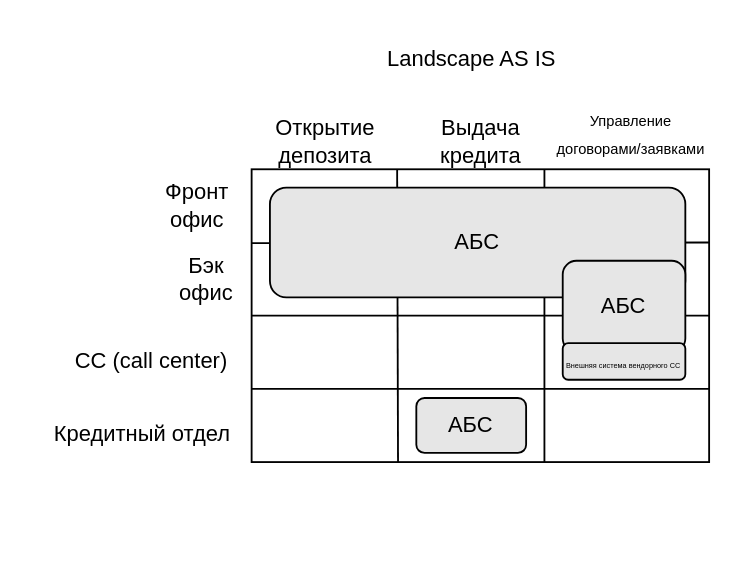
Before: Task1/IT-Ландшафт AS IS.drawio in Inspekt0r/architecture-standart, a draw.io diagram. Source tidied: cells renumbered, new cells numbered last; positions are measured from the earlier drawing's top-left corner, leaving out a move shared by most shapes. Both pictures are drawn from the tidied source at 183%, with x=0, y=0 at pixel (31, 31).
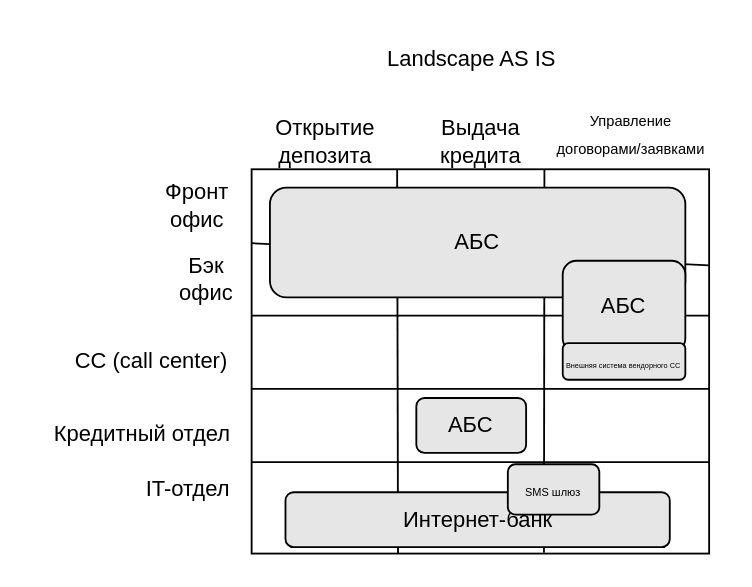
The same page after the edit.

Unchanged cells that the change refers to:
```xml
<mxCell id="7" value="Открытие&lt;div&gt;&lt;span style=&quot;background-color: transparent; color: light-dark(rgb(0, 0, 0), rgb(255, 255, 255));&quot;&gt;депозита&lt;/span&gt;&lt;/div&gt;" style="text;html=1;align=center;verticalAlign=middle;points=[];strokeColor=none;fillColor=none;" parent="1" vertex="1">
  <mxGeometry x="120" y="40" width="80" height="40" as="geometry" />
</mxCell>
```

What changed in the source:
```diff
@@
     <mxCell id="2" style="whiteSpace=wrap;html=1;" parent="1" vertex="1">
-      <mxGeometry x="120" y="75" width="250" height="160" as="geometry" />
+      <mxGeometry x="120" y="75" width="250" height="210" as="geometry" />
     </mxCell>
@@
     <mxCell id="10" style="endArrow=none;html=1;rounded=0;exitX=0.994;exitY=0.876;exitDx=0;exitDy=0;exitPerimeter=0;" parent="1" edge="1" source="7">
       <mxGeometry relative="1" as="geometry">
-        <mxPoint x="200" y="235" as="targetPoint" />
+        <mxPoint x="200" y="285" as="targetPoint" />
       </mxGeometry>
     </mxCell>
-    <mxCell id="11" style="endArrow=none;html=1;rounded=0;exitX=0.994;exitY=0.876;exitDx=0;exitDy=0;exitPerimeter=0;" parent="1" edge="1">
+    <mxCell id="11" style="endArrow=none;html=1;rounded=0;exitX=0.994;exitY=0.876;exitDx=0;exitDy=0;exitPerimeter=0;entryX=0.639;entryY=0.998;entryDx=0;entryDy=0;entryPerimeter=0;" parent="1" edge="1" target="2">
       <mxGeometry relative="1" as="geometry">
         <mxPoint x="280" y="75" as="sourcePoint" />
-        <mxPoint x="280" y="235" as="targetPoint" />
       </mxGeometry>
     </mxCell>
@@
+    <mxCell id="20" style="endArrow=none;html=1;rounded=0;exitX=0.999;exitY=0.01;exitDx=0;exitDy=0;exitPerimeter=0;entryX=1.001;entryY=0.198;entryDx=0;entryDy=0;entryPerimeter=0;" parent="1" edge="1">
+      <mxGeometry relative="1" as="geometry">
+        <mxPoint x="120" y="235" as="sourcePoint" />
+        <mxPoint x="370" y="235" as="targetPoint" />
+      </mxGeometry>
+    </mxCell>
+    <mxCell id="21" value="&lt;span style=&quot;text-wrap-mode: nowrap;&quot;&gt;Интернет-банк&lt;/span&gt;" style="rounded=1;whiteSpace=wrap;html=1;fillColor=#E6E6E6;" parent="1" vertex="1">
+      <mxGeometry x="138.5" y="251.5" width="210" height="30" as="geometry" />
+    </mxCell>
+    <mxCell id="22" value="IT-отдел" style="text;html=1;align=center;verticalAlign=middle;strokeColor=none;fillColor=none;" parent="1" vertex="1">
+      <mxGeometry x="50" y="235" width="70" height="30" as="geometry" />
+    </mxCell>
+    <mxCell id="23" value="&lt;span style=&quot;text-wrap-mode: nowrap;&quot;&gt;&lt;font style=&quot;font-size: 6px;&quot;&gt;SMS шлюз&lt;/font&gt;&lt;/span&gt;" style="rounded=1;whiteSpace=wrap;html=1;fillColor=#E6E6E6;" parent="1" vertex="1">
+      <mxGeometry x="260" y="236.2" width="50" height="27.5" as="geometry" />
+    </mxCell>
```
